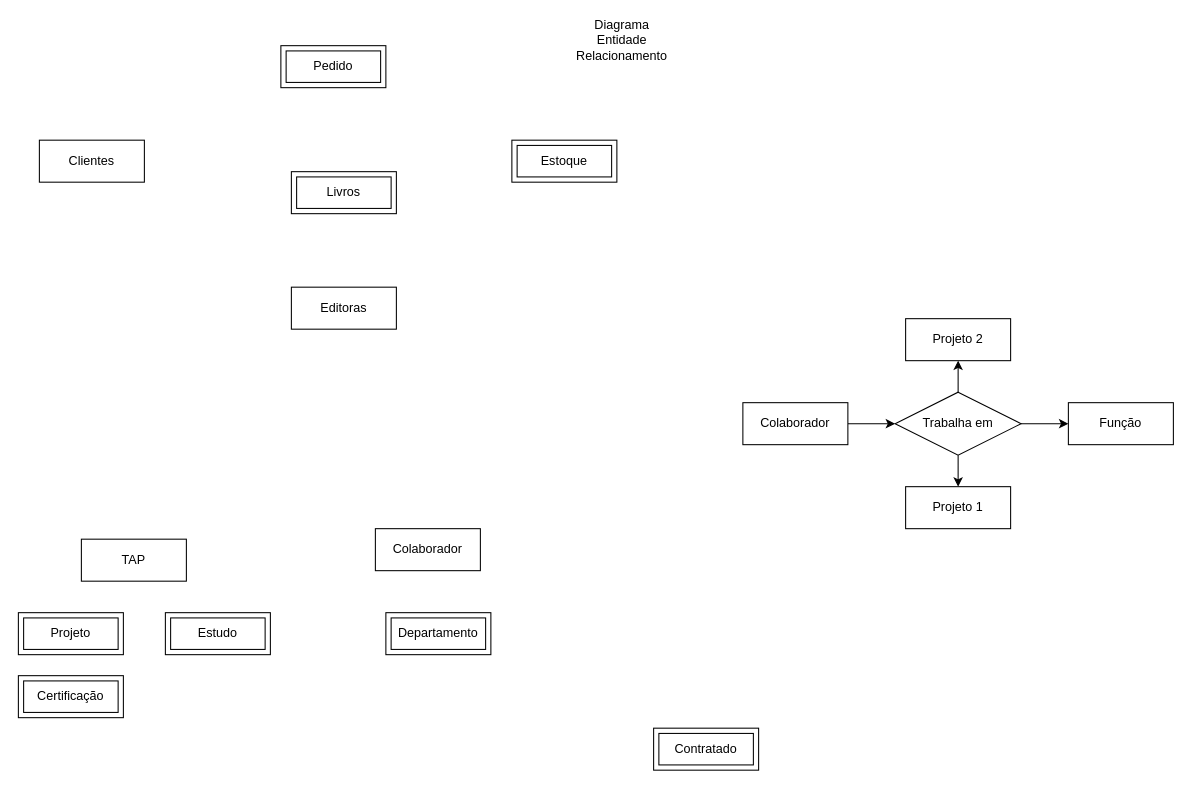
danielpiupiu/Projetos keeps this draw.io diagram as Ativos de produção.drawio. Above is the earlier version. Source tidied: cells renumbered, new cells numbered last; positions are measured from the earlier drawing's top-left corner, leaving out a move shared by most shapes. Both pictures are drawn from the tidied source at 105%, with x=0, y=0 at pixel (18, 24).
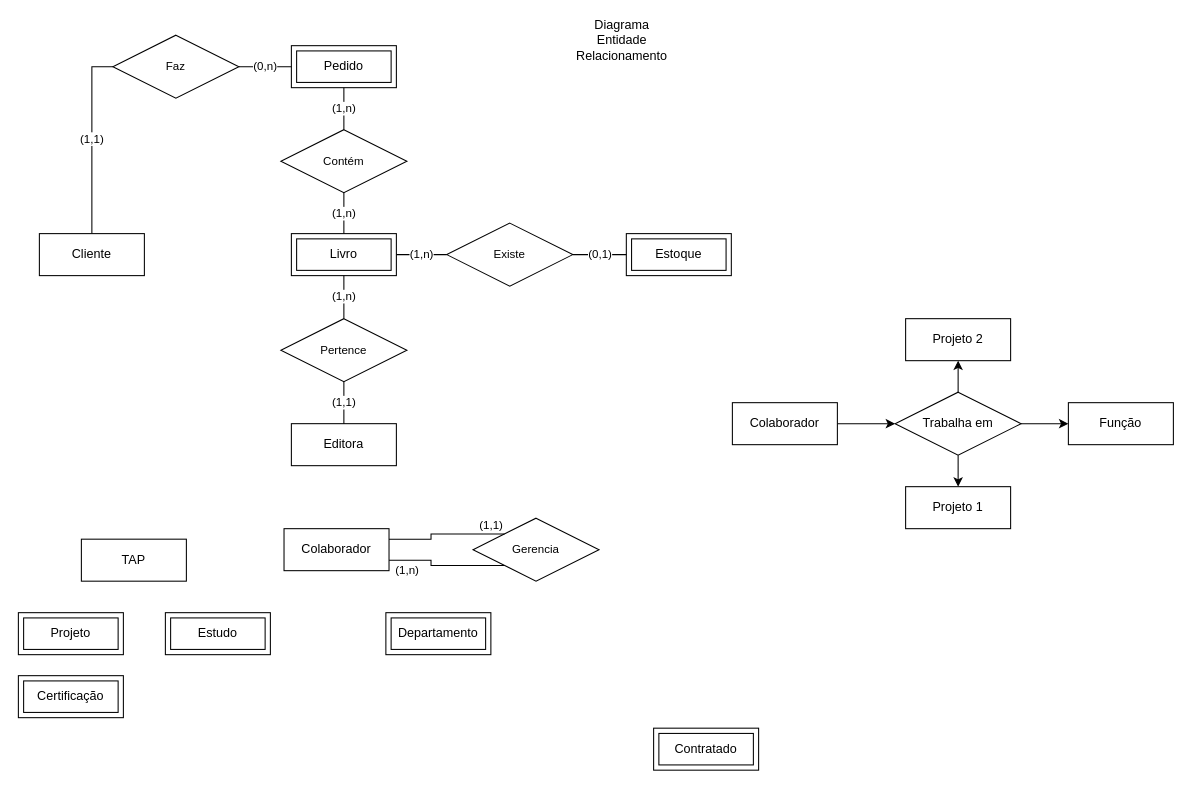
The same page after the edit.

Unchanged cells that the change refers to:
```xml
<mxCell id="19" value="Trabalha em" style="shape=rhombus;perimeter=rhombusPerimeter;whiteSpace=wrap;html=1;align=center;" parent="1" vertex="1">
  <mxGeometry x="835" y="350" width="120" height="60" as="geometry" />
</mxCell>
<mxCell id="21" value="Função" style="whiteSpace=wrap;html=1;align=center;" parent="1" vertex="1">
  <mxGeometry x="1000" y="360" width="100" height="40" as="geometry" />
</mxCell>
<mxCell id="22" value="Projeto 1" style="whiteSpace=wrap;html=1;align=center;" parent="1" vertex="1">
  <mxGeometry x="845" y="440" width="100" height="40" as="geometry" />
</mxCell>
<mxCell id="23" value="Projeto 2" style="whiteSpace=wrap;html=1;align=center;" parent="1" vertex="1">
  <mxGeometry x="845" y="280" width="100" height="40" as="geometry" />
</mxCell>
```

What changed in the source:
```diff
@@
-    <mxCell id="2" style="edgeStyle=orthogonalEdgeStyle;rounded=0;jettySize=auto;html=1;" parent="1" edge="1" source="3" target="19">
+    <mxCell id="2" style="edgeStyle=orthogonalEdgeStyle;rounded=0;jettySize=auto;html=1;strokeColor=default;align=center;verticalAlign=middle;fontFamily=Helvetica;fontSize=11;fontColor=default;labelBackgroundColor=default;endArrow=classic;" parent="1" edge="1" source="3" target="19">
       <mxGeometry relative="1" as="geometry" />
     </mxCell>
     <mxCell id="3" value="Colaborador" style="whiteSpace=wrap;html=1;align=center;" parent="1" vertex="1">
-      <mxGeometry x="690" y="360" width="100" height="40" as="geometry" />
+      <mxGeometry x="680" y="360" width="100" height="40" as="geometry" />
     </mxCell>
@@
+    <mxCell id="24" value="(1,1)" style="edgeStyle=orthogonalEdgeStyle;rounded=0;jettySize=auto;html=1;exitX=0.5;exitY=0;exitDx=0;exitDy=0;entryX=0;entryY=0.5;entryDx=0;entryDy=0;strokeColor=default;align=center;verticalAlign=middle;fontFamily=Helvetica;fontSize=11;fontColor=default;labelBackgroundColor=default;endArrow=none;" parent="1" edge="1" source="6" target="31">
+      <mxGeometry relative="1" as="geometry" />
+    </mxCell>
-    <mxCell id="6" value="Clientes" style="whiteSpace=wrap;html=1;align=center;" parent="1" vertex="1">
-      <mxGeometry x="20" y="110" width="100" height="40" as="geometry" />
+    <mxCell id="6" value="Cliente" style="whiteSpace=wrap;html=1;align=center;" parent="1" vertex="1">
+      <mxGeometry x="20" y="199" width="100" height="40" as="geometry" />
     </mxCell>
-    <mxCell id="7" value="Editoras" style="whiteSpace=wrap;html=1;align=center;" parent="1" vertex="1">
-      <mxGeometry x="260" y="250" width="100" height="40" as="geometry" />
+    <mxCell id="7" value="Editora" style="whiteSpace=wrap;html=1;align=center;" parent="1" vertex="1">
+      <mxGeometry x="260" y="380" width="100" height="40" as="geometry" />
     </mxCell>
-    <mxCell id="8" value="Livros" style="shape=ext;margin=3;double=1;whiteSpace=wrap;html=1;align=center;" parent="1" vertex="1">
-      <mxGeometry x="260" y="140" width="100" height="40" as="geometry" />
+    <mxCell id="8" value="Livro" style="shape=ext;margin=3;double=1;whiteSpace=wrap;html=1;align=center;" parent="1" vertex="1">
+      <mxGeometry x="260" y="199" width="100" height="40" as="geometry" />
     </mxCell>
     <mxCell id="9" value="Pedido" style="shape=ext;margin=3;double=1;whiteSpace=wrap;html=1;align=center;" parent="1" vertex="1">
-      <mxGeometry x="250" y="20" width="100" height="40" as="geometry" />
+      <mxGeometry x="260" y="20" width="100" height="40" as="geometry" />
     </mxCell>
     <mxCell id="10" value="Estoque" style="shape=ext;margin=3;double=1;whiteSpace=wrap;html=1;align=center;" parent="1" vertex="1">
-      <mxGeometry x="470" y="110" width="100" height="40" as="geometry" />
+      <mxGeometry x="579" y="199" width="100" height="40" as="geometry" />
     </mxCell>
@@
-    <mxCell id="16" style="edgeStyle=orthogonalEdgeStyle;rounded=0;jettySize=auto;html=1;" parent="1" edge="1" source="19" target="23">
+    <mxCell id="16" style="edgeStyle=orthogonalEdgeStyle;rounded=0;jettySize=auto;html=1;strokeColor=default;align=center;verticalAlign=middle;fontFamily=Helvetica;fontSize=11;fontColor=default;labelBackgroundColor=default;endArrow=classic;" parent="1" edge="1" source="19" target="23">
       <mxGeometry relative="1" as="geometry" />
     </mxCell>
+    <mxCell id="18" style="edgeStyle=orthogonalEdgeStyle;rounded=0;jettySize=auto;html=1;strokeColor=default;align=center;verticalAlign=middle;fontFamily=Helvetica;fontSize=11;fontColor=default;labelBackgroundColor=default;endArrow=classic;" parent="1" edge="1" source="19" target="21">
+      <mxGeometry relative="1" as="geometry" />
+    </mxCell>
-    <mxCell id="17" style="edgeStyle=orthogonalEdgeStyle;rounded=0;jettySize=auto;html=1;" parent="1" edge="1" source="19" target="22">
+    <mxCell id="17" style="edgeStyle=orthogonalEdgeStyle;rounded=0;jettySize=auto;html=1;strokeColor=default;align=center;verticalAlign=middle;fontFamily=Helvetica;fontSize=11;fontColor=default;labelBackgroundColor=default;endArrow=classic;" parent="1" edge="1" source="19" target="22">
       <mxGeometry relative="1" as="geometry" />
     </mxCell>
-    <mxCell id="18" style="edgeStyle=orthogonalEdgeStyle;rounded=0;jettySize=auto;html=1;" parent="1" edge="1" source="19" target="21">
-      <mxGeometry relative="1" as="geometry" />
-    </mxCell>
@@
     <mxCell id="20" value="Colaborador" style="whiteSpace=wrap;html=1;align=center;" parent="1" vertex="1">
-      <mxGeometry x="340" y="480" width="100" height="40" as="geometry" />
+      <mxGeometry x="253" y="480" width="100" height="40" as="geometry" />
     </mxCell>
@@
+    <mxCell id="25" value="Gerencia" style="shape=rhombus;perimeter=rhombusPerimeter;whiteSpace=wrap;html=1;align=center;fontFamily=Helvetica;fontSize=11;fontColor=default;labelBackgroundColor=default;" parent="1" vertex="1">
+      <mxGeometry x="433" y="470" width="120" height="60" as="geometry" />
+    </mxCell>
+    <mxCell id="26" style="endArrow=none;html=1;rounded=0;strokeColor=default;align=center;verticalAlign=middle;fontFamily=Helvetica;fontSize=11;fontColor=default;labelBackgroundColor=default;edgeStyle=orthogonalEdgeStyle;entryX=0;entryY=0;entryDx=0;entryDy=0;exitX=1;exitY=0.25;exitDx=0;exitDy=0;" parent="1" edge="1" source="20" target="25">
+      <mxGeometry relative="1" as="geometry" />
+    </mxCell>
+    <mxCell id="27" value="(1,1)" style="html=1;whiteSpace=wrap;align=right;verticalAlign=bottom;fontFamily=Helvetica;fontSize=11;fontColor=default;labelBackgroundColor=default;" parent="26" vertex="1">
+      <mxGeometry x="1" relative="1" as="geometry" />
+    </mxCell>
+    <mxCell id="28" style="endArrow=none;html=1;rounded=0;strokeColor=default;align=center;verticalAlign=middle;fontFamily=Helvetica;fontSize=11;fontColor=default;labelBackgroundColor=default;edgeStyle=orthogonalEdgeStyle;exitX=0;exitY=1;exitDx=0;exitDy=0;entryX=1;entryY=0.75;entryDx=0;entryDy=0;" parent="1" edge="1" source="25" target="20">
+      <mxGeometry relative="1" as="geometry" />
+    </mxCell>
+    <mxCell id="29" value="(1,n)" style="html=1;whiteSpace=wrap;align=right;verticalAlign=bottom;fontFamily=Helvetica;fontSize=11;fontColor=default;labelBackgroundColor=default;" parent="28" vertex="1">
+      <mxGeometry x="1" relative="1" as="geometry">
+        <mxPoint x="30" y="18" as="offset" />
+      </mxGeometry>
+    </mxCell>
+    <mxCell id="30" value="(0,n)" style="edgeStyle=orthogonalEdgeStyle;rounded=0;jettySize=auto;html=1;exitX=1;exitY=0.5;exitDx=0;exitDy=0;entryX=0;entryY=0.5;entryDx=0;entryDy=0;strokeColor=default;align=center;verticalAlign=middle;fontFamily=Helvetica;fontSize=11;fontColor=default;labelBackgroundColor=default;endArrow=none;" parent="1" edge="1" source="31" target="9">
+      <mxGeometry relative="1" as="geometry" />
+    </mxCell>
+    <mxCell id="31" value="Faz" style="shape=rhombus;perimeter=rhombusPerimeter;whiteSpace=wrap;html=1;align=center;fontFamily=Helvetica;fontSize=11;fontColor=default;labelBackgroundColor=default;" parent="1" vertex="1">
+      <mxGeometry x="90" y="10" width="120" height="60" as="geometry" />
+    </mxCell>
+    <mxCell id="32" value="Contém" style="shape=rhombus;perimeter=rhombusPerimeter;whiteSpace=wrap;html=1;align=center;fontFamily=Helvetica;fontSize=11;fontColor=default;labelBackgroundColor=default;" parent="1" vertex="1">
+      <mxGeometry x="250" y="100" width="120" height="60" as="geometry" />
+    </mxCell>
+    <mxCell id="33" value="(1,n)" style="endArrow=none;html=1;rounded=0;strokeColor=default;align=center;verticalAlign=middle;fontFamily=Helvetica;fontSize=11;fontColor=default;labelBackgroundColor=default;edgeStyle=orthogonalEdgeStyle;entryX=0.5;entryY=0;entryDx=0;entryDy=0;" parent="1" edge="1" source="9" target="32">
+      <mxGeometry relative="1" as="geometry" />
+    </mxCell>
+    <mxCell id="34" value="(1,n)" style="endArrow=none;html=1;rounded=0;strokeColor=default;align=center;verticalAlign=middle;fontFamily=Helvetica;fontSize=11;fontColor=default;labelBackgroundColor=default;edgeStyle=orthogonalEdgeStyle;entryX=0.5;entryY=0;entryDx=0;entryDy=0;" parent="1" edge="1" source="32" target="8">
+      <mxGeometry x="0.03" relative="1" as="geometry" />
+    </mxCell>
+    <mxCell id="35" value="(1,n)" style="edgeStyle=orthogonalEdgeStyle;rounded=0;jettySize=auto;html=1;exitX=0.5;exitY=0;exitDx=0;exitDy=0;entryX=0.5;entryY=1;entryDx=0;entryDy=0;strokeColor=default;align=center;verticalAlign=middle;fontFamily=Helvetica;fontSize=11;fontColor=default;labelBackgroundColor=default;endArrow=none;" parent="1" edge="1" source="36" target="8">
+      <mxGeometry relative="1" as="geometry" />
+    </mxCell>
+    <mxCell id="36" value="Pertence" style="shape=rhombus;perimeter=rhombusPerimeter;whiteSpace=wrap;html=1;align=center;fontFamily=Helvetica;fontSize=11;fontColor=default;labelBackgroundColor=default;" parent="1" vertex="1">
+      <mxGeometry x="250" y="280" width="120" height="60" as="geometry" />
+    </mxCell>
+    <mxCell id="37" value="(1,1)" style="edgeStyle=orthogonalEdgeStyle;rounded=0;jettySize=auto;html=1;strokeColor=default;align=center;verticalAlign=middle;fontFamily=Helvetica;fontSize=11;fontColor=default;labelBackgroundColor=default;endArrow=none;" parent="1" edge="1" source="7" target="36">
+      <mxGeometry relative="1" as="geometry" />
+    </mxCell>
+    <mxCell id="38" value="(0,1)" style="edgeStyle=orthogonalEdgeStyle;rounded=0;jettySize=auto;html=1;strokeColor=default;align=center;verticalAlign=middle;fontFamily=Helvetica;fontSize=11;fontColor=default;labelBackgroundColor=default;endArrow=none;" parent="1" edge="1" source="39" target="10">
+      <mxGeometry relative="1" as="geometry" />
+    </mxCell>
+    <mxCell id="39" value="Existe" style="shape=rhombus;perimeter=rhombusPerimeter;whiteSpace=wrap;html=1;align=center;fontFamily=Helvetica;fontSize=11;fontColor=default;labelBackgroundColor=default;" parent="1" vertex="1">
+      <mxGeometry x="408" y="189" width="120" height="60" as="geometry" />
+    </mxCell>
+    <mxCell id="40" value="(1,n)" style="edgeStyle=orthogonalEdgeStyle;rounded=0;jettySize=auto;html=1;strokeColor=default;align=center;verticalAlign=middle;fontFamily=Helvetica;fontSize=11;fontColor=default;labelBackgroundColor=default;endArrow=none;" parent="1" edge="1" source="8" target="39">
+      <mxGeometry relative="1" as="geometry" />
+    </mxCell>
```
